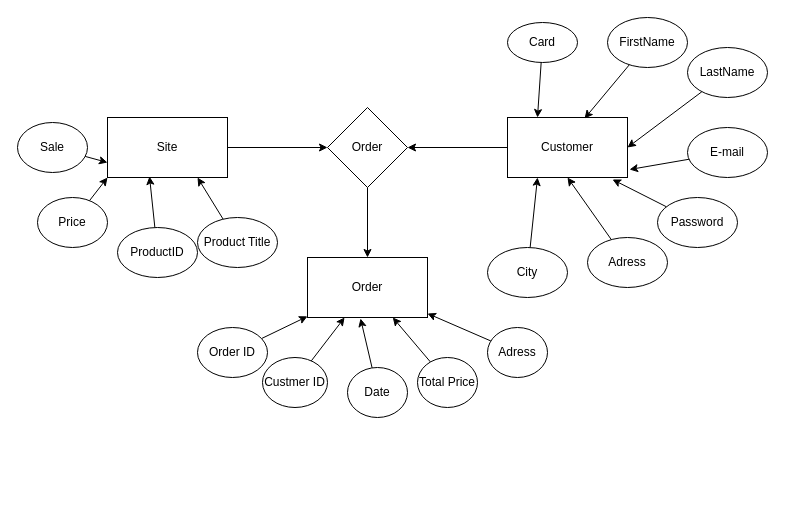
Before: public/db.drawio in MaNn0/E-Commerce-Vanilla-ITI, a draw.io diagram. Source tidied: cells renumbered, new cells numbered last; positions are measured from the earlier drawing's top-left corner, leaving out a move shared by most shapes. Both pictures are drawn from the tidied source at 100%, with x=0, y=0 at pixel (17, 17).
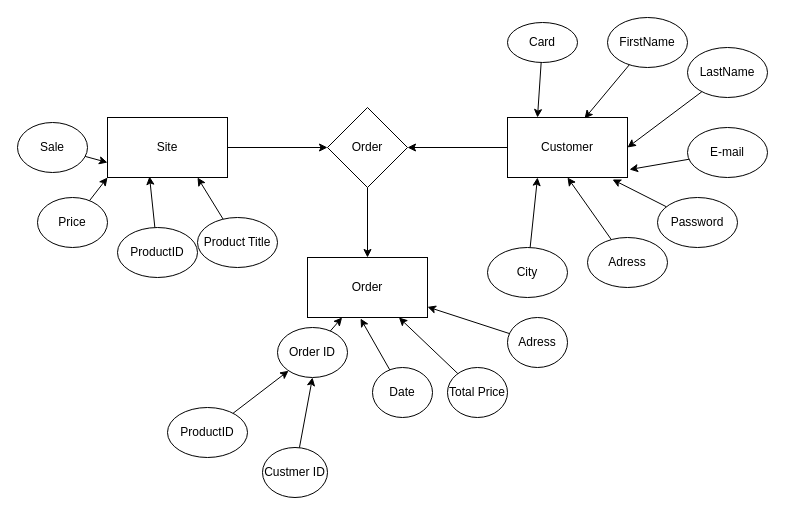
The same page after the edit.

Unchanged cells that the change refers to:
```xml
<mxCell id="8" value="Order" style="rounded=0;whiteSpace=wrap;html=1;" parent="1" vertex="1">
  <mxGeometry x="290" y="240" width="120" height="60" as="geometry" />
</mxCell>
```

The edit, as a diff of the source:
```diff
@@
     <mxCell id="30" value="Order ID" style="ellipse;whiteSpace=wrap;html=1;" parent="1" vertex="1">
-      <mxGeometry x="180" y="310" width="70" height="50" as="geometry" />
+      <mxGeometry x="260" y="310" width="70" height="50" as="geometry" />
     </mxCell>
-    <mxCell id="31" style="edgeStyle=none;html=1;" parent="1" edge="1" source="32" target="8">
-      <mxGeometry relative="1" as="geometry" />
-    </mxCell>
+    <mxCell id="41" style="edgeStyle=none;html=1;entryX=0.5;entryY=1;entryDx=0;entryDy=0;" parent="1" edge="1" source="32" target="30">
+      <mxGeometry relative="1" as="geometry" />
+    </mxCell>
     <mxCell id="32" value="Custmer ID" style="ellipse;whiteSpace=wrap;html=1;" parent="1" vertex="1">
-      <mxGeometry x="245" y="340" width="65" height="50" as="geometry" />
+      <mxGeometry x="245" y="430" width="65" height="50" as="geometry" />
     </mxCell>
@@
     <mxCell id="34" value="Total Price" style="ellipse;whiteSpace=wrap;html=1;" parent="1" vertex="1">
-      <mxGeometry x="400" y="340" width="60" height="50" as="geometry" />
+      <mxGeometry x="430" y="350" width="60" height="50" as="geometry" />
     </mxCell>
@@
     <mxCell id="36" value="Adress" style="ellipse;whiteSpace=wrap;html=1;" parent="1" vertex="1">
-      <mxGeometry x="470" y="310" width="60" height="50" as="geometry" />
+      <mxGeometry x="490" y="300" width="60" height="50" as="geometry" />
     </mxCell>
@@
     <mxCell id="38" value="Date" style="ellipse;whiteSpace=wrap;html=1;" parent="1" vertex="1">
-      <mxGeometry x="330" y="350" width="60" height="50" as="geometry" />
+      <mxGeometry x="355" y="350" width="60" height="50" as="geometry" />
     </mxCell>
@@
+    <mxCell id="42" style="edgeStyle=none;html=1;" parent="1" edge="1" source="43" target="30">
+      <mxGeometry relative="1" as="geometry" />
+    </mxCell>
+    <mxCell id="43" value="ProductID" style="ellipse;whiteSpace=wrap;html=1;" parent="1" vertex="1">
+      <mxGeometry x="150" y="390" width="80" height="50" as="geometry" />
+    </mxCell>
```
